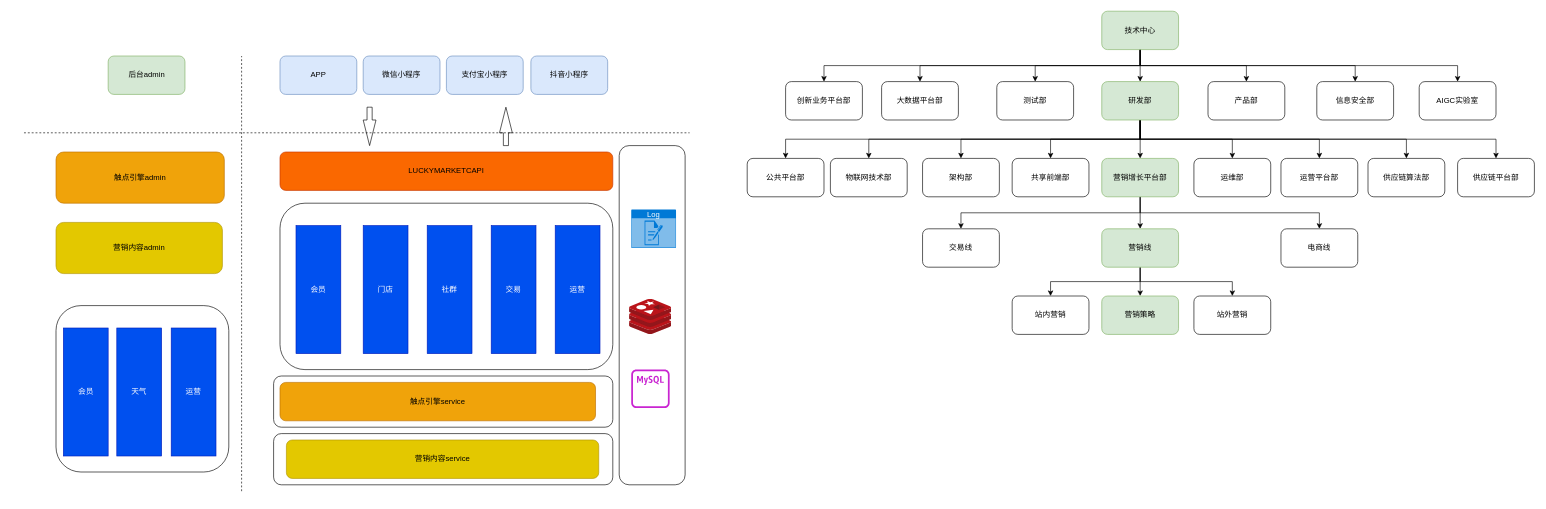
Above: page "组织架构" (3 of 4) of 触点系统/券池接入触点弹窗.drawio in y13513867074/draw (draw.io), before the change. Source tidied: cells renumbered, new cells numbered last; positions are measured from the earlier drawing's top-left corner, leaving out a move shared by most shapes. Both pictures are drawn from the tidied source at 64%, with x=0, y=0 at pixel (24, 11). Pictures stored in the file or linked from it are replaced by grey dashed boxes.
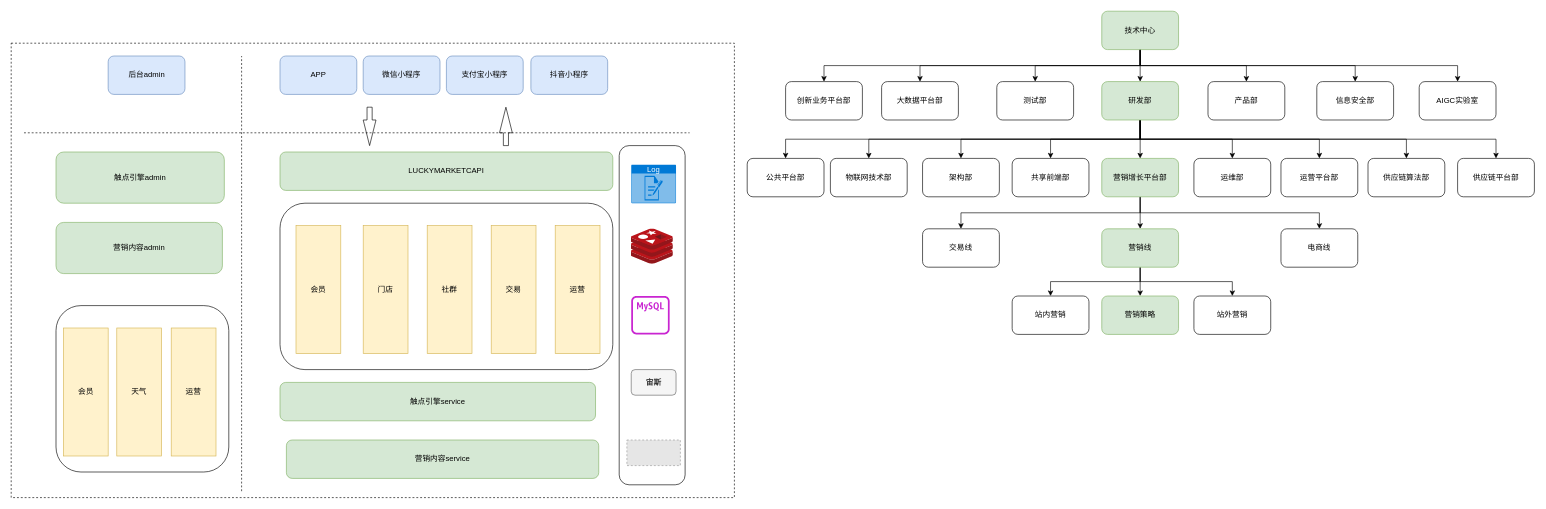
The same diagram, later.

Commit message:
更新券池接入触点弹窗.drawio

The edit, as a diff of the source:
```diff
@@
-    <mxCell id="2" style="rounded=1;whiteSpace=wrap;html=1;" parent="1" vertex="1">
-      <mxGeometry x="390" y="570" width="530" height="80" as="geometry" />
-    </mxCell>
-    <mxCell id="3" style="rounded=1;whiteSpace=wrap;html=1;" parent="1" vertex="1">
-      <mxGeometry x="390" y="660" width="530" height="80" as="geometry" />
-    </mxCell>
+    <mxCell id="77" style="rounded=0;whiteSpace=wrap;html=1;dashed=1;" parent="1" vertex="1">
+      <mxGeometry x="-20" y="50" width="1130" height="710" as="geometry" />
+    </mxCell>
@@
-    <mxCell id="45" value="LUCKYMARKETCAPI" style="rounded=1;whiteSpace=wrap;html=1;fillColor=#fa6800;fontColor=#000000;strokeColor=#C73500;" parent="1" vertex="1">
+    <mxCell id="45" value="LUCKYMARKETCAPI" style="rounded=1;whiteSpace=wrap;html=1;fillColor=#d5e8d4;strokeColor=#82b366;" parent="1" vertex="1">
       <mxGeometry x="400" y="220" width="520" height="60" as="geometry" />
     </mxCell>
@@
-    <mxCell id="47" value="会员" style="rounded=0;whiteSpace=wrap;html=1;fillColor=#0050ef;fontColor=#ffffff;strokeColor=#001DBC;" parent="1" vertex="1">
+    <mxCell id="47" value="会员" style="rounded=0;whiteSpace=wrap;html=1;fillColor=#fff2cc;strokeColor=#d6b656;" parent="1" vertex="1">
       <mxGeometry x="425" y="335" width="70" height="200" as="geometry" />
     </mxCell>
-    <mxCell id="48" value="运营" style="rounded=0;whiteSpace=wrap;html=1;fillColor=#0050ef;fontColor=#ffffff;strokeColor=#001DBC;" parent="1" vertex="1">
+    <mxCell id="48" value="运营" style="rounded=0;whiteSpace=wrap;html=1;fillColor=#fff2cc;strokeColor=#d6b656;" parent="1" vertex="1">
       <mxGeometry x="830" y="335" width="70" height="200" as="geometry" />
     </mxCell>
-    <mxCell id="49" value="交易" style="rounded=0;whiteSpace=wrap;html=1;fillColor=#0050ef;fontColor=#ffffff;strokeColor=#001DBC;" parent="1" vertex="1">
+    <mxCell id="49" value="交易" style="rounded=0;whiteSpace=wrap;html=1;fillColor=#fff2cc;strokeColor=#d6b656;" parent="1" vertex="1">
       <mxGeometry x="730" y="335" width="70" height="200" as="geometry" />
     </mxCell>
-    <mxCell id="50" value="门店" style="rounded=0;whiteSpace=wrap;html=1;fillColor=#0050ef;fontColor=#ffffff;strokeColor=#001DBC;" parent="1" vertex="1">
+    <mxCell id="50" value="门店" style="rounded=0;whiteSpace=wrap;html=1;fillColor=#fff2cc;strokeColor=#d6b656;" parent="1" vertex="1">
       <mxGeometry x="530" y="335" width="70" height="200" as="geometry" />
     </mxCell>
-    <mxCell id="51" value="社群" style="rounded=0;whiteSpace=wrap;html=1;fillColor=#0050ef;fontColor=#ffffff;strokeColor=#001DBC;" parent="1" vertex="1">
+    <mxCell id="51" value="社群" style="rounded=0;whiteSpace=wrap;html=1;fillColor=#fff2cc;strokeColor=#d6b656;" parent="1" vertex="1">
       <mxGeometry x="630" y="335" width="70" height="200" as="geometry" />
     </mxCell>
-    <mxCell id="52" value="触点引擎admin" style="rounded=1;whiteSpace=wrap;html=1;fillColor=#f0a30a;fontColor=#000000;strokeColor=#BD7000;" parent="1" vertex="1">
+    <mxCell id="52" value="触点引擎admin" style="rounded=1;whiteSpace=wrap;html=1;fillColor=#d5e8d4;strokeColor=#82b366;" parent="1" vertex="1">
       <mxGeometry x="50" y="220" width="263" height="80" as="geometry" />
     </mxCell>
-    <mxCell id="53" value="营销内容admin" style="rounded=1;whiteSpace=wrap;html=1;fillColor=#e3c800;fontColor=#000000;strokeColor=#B09500;" parent="1" vertex="1">
+    <mxCell id="53" value="营销内容admin" style="rounded=1;whiteSpace=wrap;html=1;fillColor=#d5e8d4;strokeColor=#82b366;" parent="1" vertex="1">
       <mxGeometry x="50" y="330" width="260" height="80" as="geometry" />
     </mxCell>
     <mxCell id="54" style="image;sketch=0;html=1;align=center;fontSize=12;image=img/lib/mscae/Cache_Redis_Product.svg;" parent="1" vertex="1">
-      <mxGeometry x="946" y="450" width="65.5" height="55" as="geometry" />
+      <mxGeometry x="948.8" y="340" width="65.5" height="55" as="geometry" />
     </mxCell>
     <mxCell id="55" style="sketch=0;fontColor=#232F3E;gradientColor=none;fillColor=#C925D1;strokeColor=none;dashed=0;verticalLabelPosition=bottom;verticalAlign=top;align=center;html=1;fontSize=12;fontStyle=0;shape=mxgraph.aws4.rds_mysql_instance_alt;" parent="1" vertex="1">
-      <mxGeometry x="948.8" y="560" width="60" height="60" as="geometry" />
+      <mxGeometry x="948.8" y="445" width="60" height="60" as="geometry" />
     </mxCell>
@@
-    <mxCell id="58" value="触点引擎service" style="rounded=1;whiteSpace=wrap;html=1;fillColor=#f0a30a;fontColor=#000000;strokeColor=#BD7000;" parent="1" vertex="1">
+    <mxCell id="58" value="触点引擎service" style="rounded=1;whiteSpace=wrap;html=1;fillColor=#d5e8d4;strokeColor=#82b366;" parent="1" vertex="1">
       <mxGeometry x="400" y="580" width="493" height="60" as="geometry" />
     </mxCell>
-    <mxCell id="59" value="营销内容service" style="rounded=1;whiteSpace=wrap;html=1;fillColor=#e3c800;fontColor=#000000;strokeColor=#B09500;" parent="1" vertex="1">
+    <mxCell id="59" value="营销内容service" style="rounded=1;whiteSpace=wrap;html=1;fillColor=#d5e8d4;strokeColor=#82b366;" parent="1" vertex="1">
       <mxGeometry x="410" y="670" width="488" height="60" as="geometry" />
     </mxCell>
-    <mxCell id="60" value="后台admin" style="rounded=1;whiteSpace=wrap;html=1;fillColor=#d5e8d4;strokeColor=#82b366;" parent="1" vertex="1">
+    <mxCell id="60" value="后台admin" style="rounded=1;whiteSpace=wrap;html=1;fillColor=#dae8fc;strokeColor=#6c8ebf;" parent="1" vertex="1">
       <mxGeometry x="131.5" y="70" width="120" height="60" as="geometry" />
     </mxCell>
@@
-    <mxCell id="64" value="会员" style="rounded=0;whiteSpace=wrap;html=1;fillColor=#0050ef;fontColor=#ffffff;strokeColor=#001DBC;" parent="1" vertex="1">
+    <mxCell id="64" value="会员" style="rounded=0;whiteSpace=wrap;html=1;fillColor=#fff2cc;strokeColor=#d6b656;" parent="1" vertex="1">
       <mxGeometry x="61.5" y="495" width="70" height="200" as="geometry" />
     </mxCell>
-    <mxCell id="65" value="运营" style="rounded=0;whiteSpace=wrap;html=1;fillColor=#0050ef;fontColor=#ffffff;strokeColor=#001DBC;" parent="1" vertex="1">
+    <mxCell id="65" value="运营" style="rounded=0;whiteSpace=wrap;html=1;fillColor=#fff2cc;strokeColor=#d6b656;" parent="1" vertex="1">
       <mxGeometry x="230" y="495" width="70" height="200" as="geometry" />
     </mxCell>
-    <mxCell id="66" value="天气" style="rounded=0;whiteSpace=wrap;html=1;fillColor=#0050ef;fontColor=#ffffff;strokeColor=#001DBC;" parent="1" vertex="1">
+    <mxCell id="66" value="天气" style="rounded=0;whiteSpace=wrap;html=1;fillColor=#fff2cc;strokeColor=#d6b656;" parent="1" vertex="1">
       <mxGeometry x="145" y="495" width="70" height="200" as="geometry" />
     </mxCell>
     <mxCell id="67" value="Log" style="html=1;whiteSpace=wrap;strokeColor=none;fillColor=#0079D6;labelPosition=center;verticalLabelPosition=middle;verticalAlign=top;align=center;fontSize=12;spacingTop=-6;fontColor=#FFFFFF;sketch=0;shape=mxgraph.sitemap.log;" parent="1" vertex="1">
-      <mxGeometry x="948.8" y="310" width="70" height="60" as="geometry" />
+      <mxGeometry x="948.8" y="240" width="70" height="60" as="geometry" />
     </mxCell>
@@
+    <mxCell id="78" style="fillColor=#E6E6E6;strokeColor=#999999;dashed=1;verticalLabelPosition=bottom;labelBackgroundColor=default;verticalAlign=top;" parent="1" vertex="1">
+      <mxGeometry x="942" y="670" width="83.6" height="40" as="geometry" />
+    </mxCell>
+    <mxCell id="79" value="&lt;b&gt;宙斯&lt;/b&gt;" style="rounded=1;whiteSpace=wrap;html=1;fillColor=#f5f5f5;fontColor=#333333;strokeColor=#666666;" parent="1" vertex="1">
+      <mxGeometry x="948.8" y="560" width="70" height="40" as="geometry" />
+    </mxCell>
```
